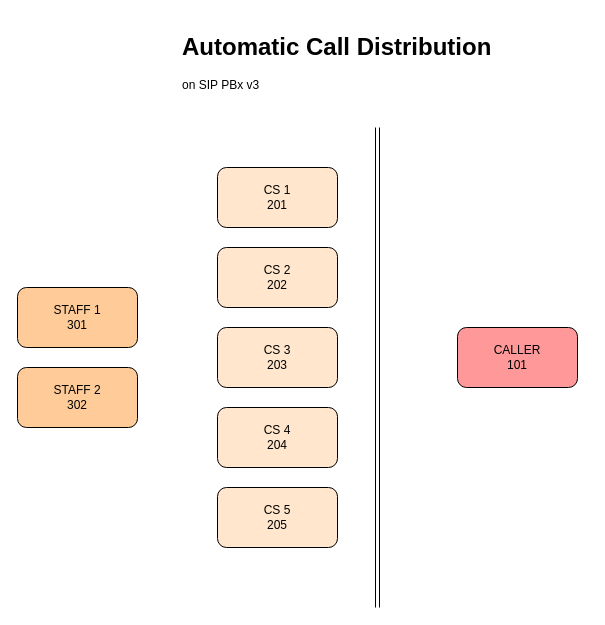
Earlier version of the draw.io diagram ACD on SIP PBx.drawio (troders34/troders34). Source tidied: cells renumbered, new cells numbered last; positions are measured from the earlier drawing's top-left corner, leaving out a move shared by most shapes. Both pictures are drawn from the tidied source at 100%, with x=0, y=0 at pixel (17, 27).
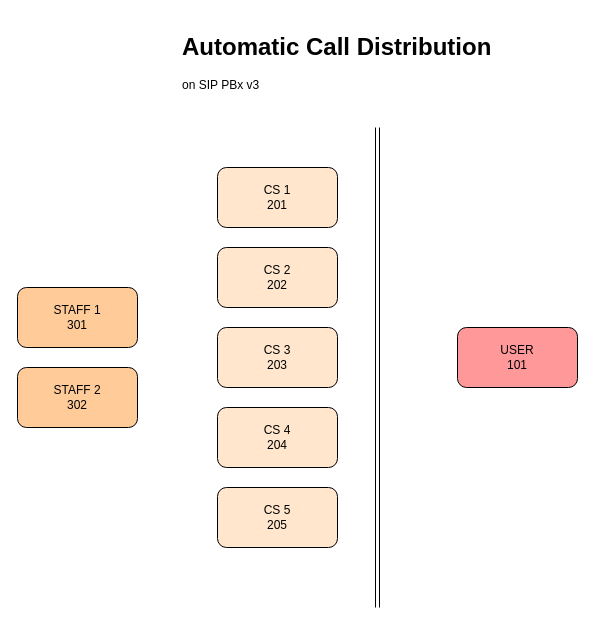
The same page after the edit.

Diff of the diagram source:
```diff
@@
 <mxGraphModel>
   <root>
     <mxCell id="0" />
     <mxCell id="1" parent="0" />
     <mxCell id="2" value="&lt;h1&gt;Automatic Call Distribution&lt;/h1&gt;&lt;p&gt;on SIP PBx v3&lt;/p&gt;" style="text;html=1;strokeColor=none;fillColor=none;spacing=5;spacingTop=-20;whiteSpace=wrap;overflow=hidden;rounded=0;" parent="1" vertex="1">
       <mxGeometry x="160" width="410" height="90" as="geometry" />
     </mxCell>
     <mxCell id="3" value="STAFF 1&lt;br&gt;301" style="rounded=1;whiteSpace=wrap;html=1;fillColor=#FFCC99;" parent="1" vertex="1">
       <mxGeometry y="260" width="120" height="60" as="geometry" />
     </mxCell>
     <mxCell id="4" value="STAFF 2&lt;br&gt;302" style="rounded=1;whiteSpace=wrap;html=1;fillColor=#FFCC99;" parent="1" vertex="1">
       <mxGeometry y="340" width="120" height="60" as="geometry" />
     </mxCell>
-    <mxCell id="5" value="CALLER&lt;br&gt;101" style="rounded=1;whiteSpace=wrap;html=1;fillColor=#FF9999;" parent="1" vertex="1">
+    <mxCell id="5" value="USER&lt;br&gt;101" style="rounded=1;whiteSpace=wrap;html=1;fillColor=#FF9999;" parent="1" vertex="1">
       <mxGeometry x="440" y="300" width="120" height="60" as="geometry" />
     </mxCell>
     <mxCell id="6" value="CS 5&lt;br&gt;205" style="rounded=1;whiteSpace=wrap;html=1;fillColor=#FFE6CC;" parent="1" vertex="1">
       <mxGeometry x="200" y="460" width="120" height="60" as="geometry" />
     </mxCell>
     <mxCell id="7" value="CS 2&lt;br&gt;202" style="rounded=1;whiteSpace=wrap;html=1;fillColor=#FFE6CC;" parent="1" vertex="1">
       <mxGeometry x="200" y="220" width="120" height="60" as="geometry" />
     </mxCell>
     <mxCell id="8" value="CS 3&lt;br&gt;203" style="rounded=1;whiteSpace=wrap;html=1;fillColor=#FFE6CC;" parent="1" vertex="1">
       <mxGeometry x="200" y="300" width="120" height="60" as="geometry" />
     </mxCell>
     <mxCell id="9" value="CS 4&lt;br&gt;204" style="rounded=1;whiteSpace=wrap;html=1;fillColor=#FFE6CC;" parent="1" vertex="1">
       <mxGeometry x="200" y="380" width="120" height="60" as="geometry" />
     </mxCell>
     <mxCell id="10" value="CS 1&lt;br&gt;201" style="rounded=1;whiteSpace=wrap;html=1;fillColor=#FFE6CC;" parent="1" vertex="1">
       <mxGeometry x="200" y="140" width="120" height="60" as="geometry" />
     </mxCell>
     <mxCell id="11" style="endArrow=none;html=1;rounded=0;shape=link;" parent="1" edge="1">
       <mxGeometry relative="1" as="geometry">
         <mxPoint x="360" y="580" as="sourcePoint" />
         <mxPoint x="360" y="100" as="targetPoint" />
       </mxGeometry>
     </mxCell>
   </root>
 </mxGraphModel>
```
